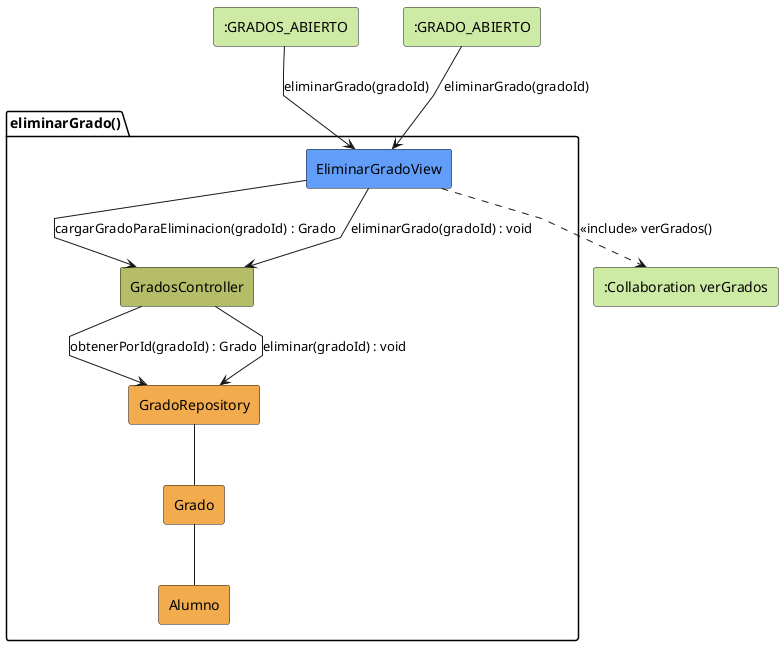
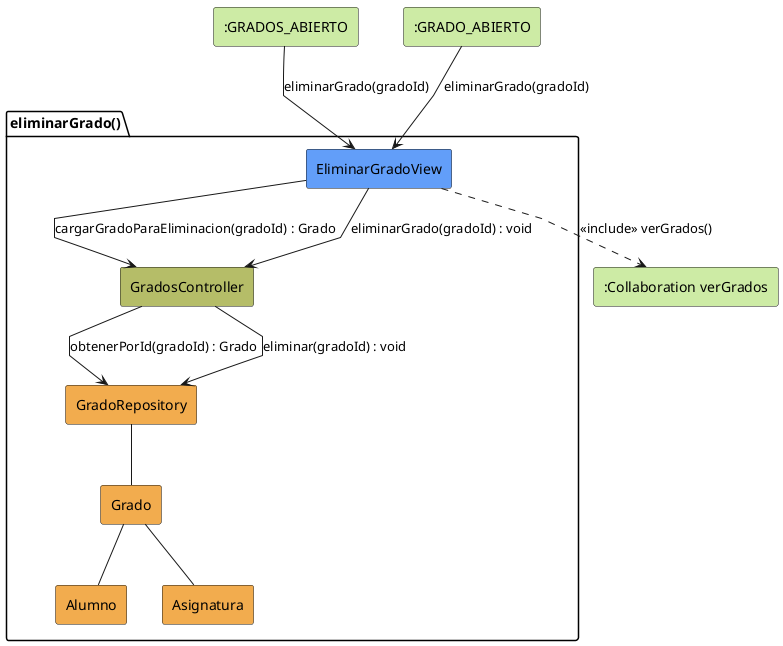
@startuml eliminarGrado-analisis
skinparam linetype polyline

rectangle #CDEBA5 ":GRADOS_ABIERTO" as GradosAbierto
rectangle #CDEBA5 ":GRADO_ABIERTO" as GradoAbierto
rectangle #CDEBA5 ":Collaboration verGrados" as VerGrados

package eliminarGrado as "eliminarGrado()" {
    rectangle #629EF9 EliminarGradoView
    rectangle #b5bd68 GradosController
    rectangle #F2AC4E GradoRepository
    rectangle #F2AC4E Grado
    rectangle #F2AC4E Alumno
+     rectangle #F2AC4E Asignatura
}

GradosAbierto --> EliminarGradoView: eliminarGrado(gradoId)
GradoAbierto --> EliminarGradoView: eliminarGrado(gradoId)

EliminarGradoView -d-> GradosController: cargarGradoParaEliminacion(gradoId) : Grado

GradosController --> GradoRepository: obtenerPorId(gradoId) : Grado

GradoRepository -- Grado
Grado -- Alumno
+ Grado -- Asignatura

EliminarGradoView --> GradosController: eliminarGrado(gradoId) : void

GradosController --> GradoRepository: eliminar(gradoId) : void

EliminarGradoView ..> VerGrados: <<include>> verGrados()

@enduml
